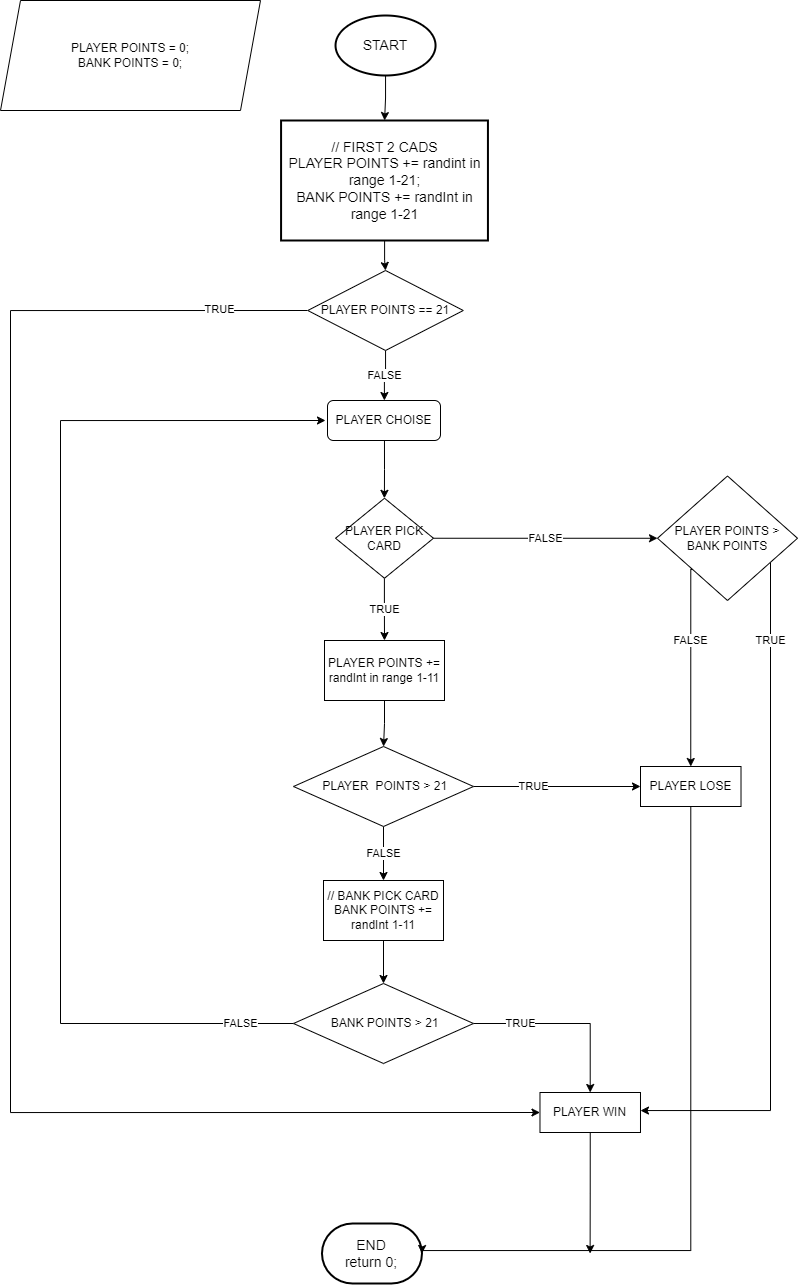
Earlier version of the draw.io export 11 black jack.png (Andriy-Kolokolov/human-code). Source tidied: cells renumbered, new cells last; positions are measured from the earlier drawing's top-left corner, leaving out a move shared by most shapes.
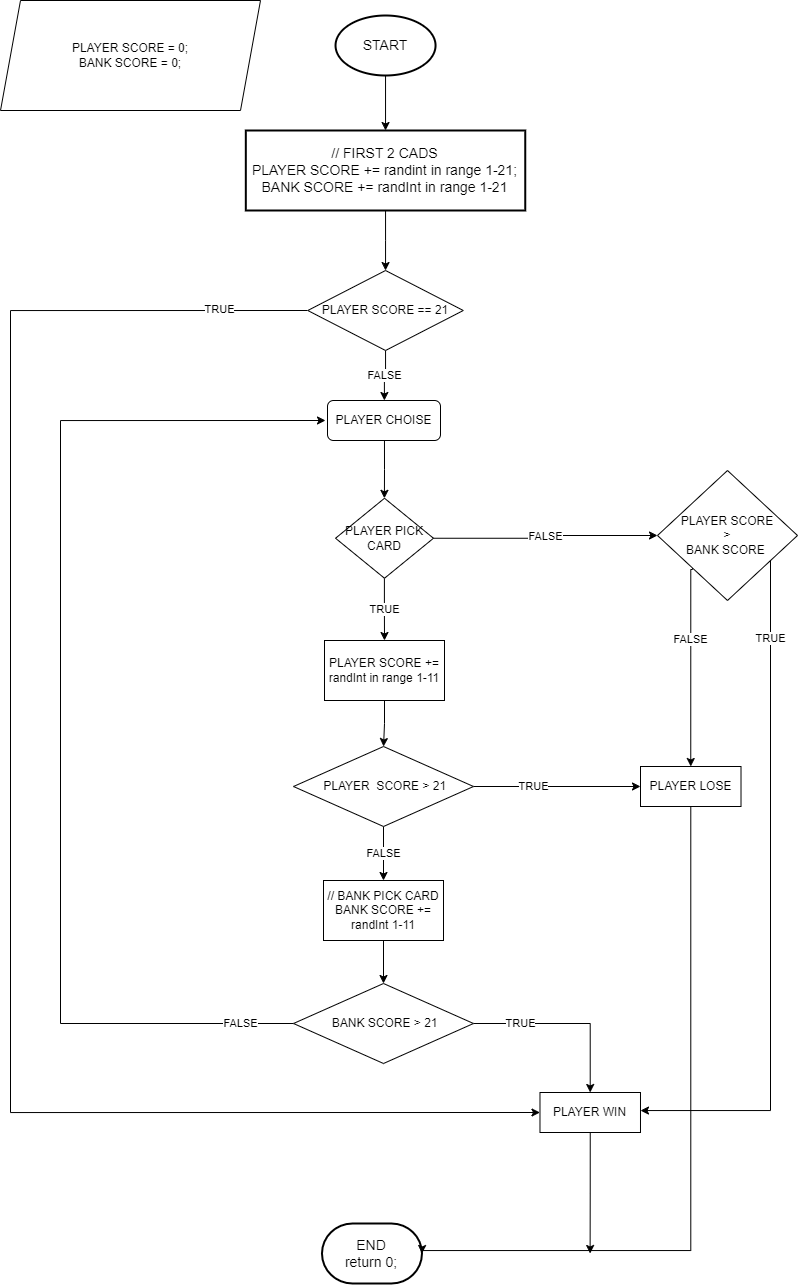
Later version of the same file.

Change to the diagram source:
```diff
@@ -11,7 +11,7 @@
     <mxCell id="4" value="END&lt;br style=&quot;font-size: 14px;&quot;&gt;return 0;" style="strokeWidth=2;html=1;shape=mxgraph.flowchart.terminator;whiteSpace=wrap;fontSize=14;" parent="1" vertex="1">
       <mxGeometry x="321.5" y="1223" width="100" height="60" as="geometry" />
     </mxCell>
-    <mxCell id="5" value="PLAYER&amp;nbsp;POINTS =&amp;nbsp;0;&lt;br&gt;BANK POINTS = 0;" style="shape=parallelogram;perimeter=parallelogramPerimeter;whiteSpace=wrap;html=1;fixedSize=1;" parent="1" vertex="1">
+    <mxCell id="5" value="PLAYER SCORE =&amp;nbsp;0;&lt;br&gt;BANK SCORE&amp;nbsp;= 0;" style="shape=parallelogram;perimeter=parallelogramPerimeter;whiteSpace=wrap;html=1;fixedSize=1;" parent="1" vertex="1">
       <mxGeometry width="260" height="110" as="geometry" />
     </mxCell>
     <mxCell id="6" style="edgeStyle=orthogonalEdgeStyle;rounded=0;jettySize=auto;html=1;" parent="1" edge="1" target="9">
@@ -31,7 +31,7 @@
     <mxCell id="10" style="edgeStyle=orthogonalEdgeStyle;rounded=0;jettySize=auto;html=1;" parent="1" edge="1" source="11" target="14">
       <mxGeometry relative="1" as="geometry" />
     </mxCell>
-    <mxCell id="11" value="PLAYER&amp;nbsp;POINTS&amp;nbsp;+= randInt in range 1-11" style="whiteSpace=wrap;html=1;" parent="1" vertex="1">
+    <mxCell id="11" value="PLAYER SCORE&amp;nbsp;+= randInt in range 1-11" style="whiteSpace=wrap;html=1;" parent="1" vertex="1">
       <mxGeometry x="324" y="640" width="120" height="60" as="geometry" />
     </mxCell>
     <mxCell id="12" value="TRUE" style="edgeStyle=orthogonalEdgeStyle;rounded=0;jettySize=auto;html=1;exitX=1;exitY=0.5;exitDx=0;exitDy=0;" parent="1" edge="1" source="14" target="16">
@@ -40,7 +40,7 @@
     <mxCell id="13" value="FALSE" style="edgeStyle=orthogonalEdgeStyle;rounded=0;jettySize=auto;html=1;" parent="1" edge="1" source="14" target="18">
       <mxGeometry relative="1" as="geometry" />
     </mxCell>
-    <mxCell id="14" value="&amp;nbsp;PLAYER&amp;nbsp;&amp;nbsp;POINTS &amp;gt; 21" style="rhombus;whiteSpace=wrap;html=1;" parent="1" vertex="1">
+    <mxCell id="14" value="&amp;nbsp;PLAYER&amp;nbsp; SCORE &amp;gt; 21" style="rhombus;whiteSpace=wrap;html=1;" parent="1" vertex="1">
       <mxGeometry x="293" y="746" width="180" height="80" as="geometry" />
     </mxCell>
     <mxCell id="15" style="edgeStyle=orthogonalEdgeStyle;rounded=0;jettySize=auto;html=1;entryX=1;entryY=0.5;entryDx=0;entryDy=0;entryPerimeter=0;" parent="1" edge="1" source="16" target="4">
@@ -56,14 +56,14 @@
     <mxCell id="17" style="edgeStyle=orthogonalEdgeStyle;rounded=0;jettySize=auto;html=1;" parent="1" edge="1" source="18" target="28">
       <mxGeometry relative="1" as="geometry" />
     </mxCell>
-    <mxCell id="18" value="// BANK PICK CARD&lt;br&gt;BANK POINTS += randInt 1-11" style="rounded=0;whiteSpace=wrap;html=1;" parent="1" vertex="1">
+    <mxCell id="18" value="// BANK PICK CARD&lt;br&gt;BANK SCORE += randInt 1-11" style="rounded=0;whiteSpace=wrap;html=1;" parent="1" vertex="1">
       <mxGeometry x="323" y="880" width="120" height="60" as="geometry" />
     </mxCell>
     <mxCell id="19" style="edgeStyle=orthogonalEdgeStyle;rounded=0;jettySize=auto;html=1;" parent="1" edge="1" source="20" target="32">
       <mxGeometry relative="1" as="geometry" />
     </mxCell>
-    <mxCell id="20" value="// FIRST 2 CADS&lt;br&gt;PLAYER&amp;nbsp;POINTS += randint in range 1-21;&lt;br&gt;BANK POINTS += randInt in range 1-21" style="whiteSpace=wrap;html=1;fontSize=14;strokeWidth=2;" parent="1" vertex="1">
-      <mxGeometry x="280.6" y="120" width="206.9" height="120" as="geometry" />
+    <mxCell id="20" value="// FIRST 2 CADS&lt;br&gt;PLAYER&amp;nbsp;SCORE += randint in range 1-21;&lt;br&gt;BANK&amp;nbsp;SCORE += randInt in range 1-21" style="whiteSpace=wrap;html=1;fontSize=14;strokeWidth=2;" parent="1" vertex="1">
+      <mxGeometry x="245.3" y="130" width="279.4" height="80" as="geometry" />
     </mxCell>
     <mxCell id="21" value="TRUE" style="edgeStyle=orthogonalEdgeStyle;rounded=0;jettySize=auto;html=1;" parent="1" edge="1" source="23" target="25">
       <mxGeometry x="-0.77" relative="1" as="geometry">
@@ -79,8 +79,8 @@
         </Array>
       </mxGeometry>
     </mxCell>
-    <mxCell id="23" value="PLAYER&amp;nbsp;POINTS &amp;gt; BANK POINTS" style="rhombus;whiteSpace=wrap;html=1;" parent="1" vertex="1">
-      <mxGeometry x="657" y="475.5" width="140" height="124.5" as="geometry" />
+    <mxCell id="23" value="PLAYER SCORE &lt;br&gt;&amp;gt; &lt;br&gt;BANK SCORE&amp;nbsp;" style="rhombus;whiteSpace=wrap;html=1;" parent="1" vertex="1">
+      <mxGeometry x="657" y="470" width="140" height="130" as="geometry" />
     </mxCell>
     <mxCell id="24" style="edgeStyle=orthogonalEdgeStyle;rounded=0;jettySize=auto;html=1;exitX=0.5;exitY=1;exitDx=0;exitDy=0;" parent="1" edge="1" source="25">
       <mxGeometry relative="1" as="geometry">
@@ -102,7 +102,7 @@
         </Array>
       </mxGeometry>
     </mxCell>
-    <mxCell id="28" value="&amp;nbsp;BANK POINTS &amp;gt; 21" style="rhombus;whiteSpace=wrap;html=1;" parent="1" vertex="1">
+    <mxCell id="28" value="&amp;nbsp;BANK SCORE &amp;gt; 21" style="rhombus;whiteSpace=wrap;html=1;" parent="1" vertex="1">
       <mxGeometry x="293" y="983" width="180" height="80" as="geometry" />
     </mxCell>
     <mxCell id="29" value="FALSE" style="edgeStyle=orthogonalEdgeStyle;rounded=0;jettySize=auto;html=1;" parent="1" edge="1" source="32">
@@ -121,7 +121,7 @@
     <mxCell id="31" value="TRUE" style="edgeLabel;html=1;align=center;verticalAlign=middle;" parent="30" vertex="1">
       <mxGeometry x="-0.89" y="-1" relative="1" as="geometry" />
     </mxCell>
-    <mxCell id="32" value="PLAYER POINTS == 21" style="rhombus;whiteSpace=wrap;html=1;" parent="1" vertex="1">
+    <mxCell id="32" value="PLAYER SCORE == 21" style="rhombus;whiteSpace=wrap;html=1;" parent="1" vertex="1">
       <mxGeometry x="307.3" y="270" width="155.5" height="80" as="geometry" />
     </mxCell>
     <mxCell id="33" value="PLAYER CHOISE" style="rounded=1;whiteSpace=wrap;html=1;" parent="1" vertex="1">
```
